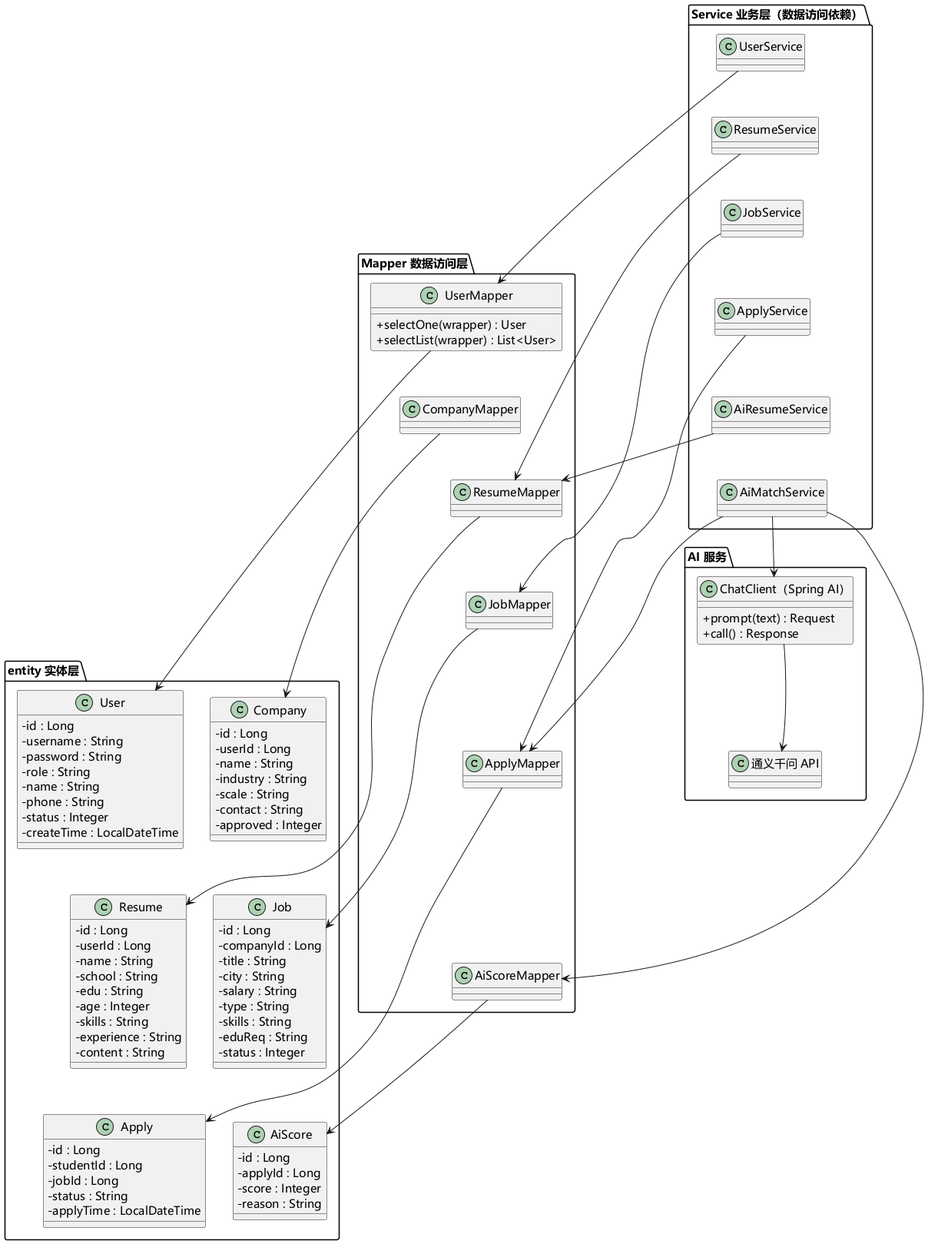
Before: uml/png/系统/数据访问层与实体层类图.png, a diagram exported from PlantUML (sheep7-bot/recruit-internship-system). Source of this version:
```plantuml
@startuml 数据访问层与实体层类图
skinparam defaultFontName "Microsoft YaHei"
skinparam classAttributeIconSize 0
skinparam defaultFontSize 15

package "Service 业务层（数据访问依赖）" {
  class UserService
  class ResumeService
  class JobService
  class ApplyService
  class AiResumeService
  class AiMatchService
  UserService -[hidden]d- ResumeService
  ResumeService -[hidden]d- JobService
  JobService -[hidden]d- ApplyService
  ApplyService -[hidden]d- AiResumeService
  AiResumeService -[hidden]d- AiMatchService
}

package "Mapper 数据访问层" {
  class UserMapper {
    +selectOne(wrapper) : User
    +selectList(wrapper) : List<User>
  }
  class CompanyMapper
  class ResumeMapper
  class JobMapper
  class ApplyMapper
  class AiScoreMapper
  UserMapper -[hidden]d- CompanyMapper
  CompanyMapper -[hidden]d- ResumeMapper
  ResumeMapper -[hidden]d- JobMapper
  JobMapper -[hidden]d- ApplyMapper
  ApplyMapper -[hidden]d- AiScoreMapper
}

package "entity 实体层" {
  class User {
    -id : Long
    -username : String
    -password : String
    -role : String
    -name : String
    -phone : String
    -status : Integer
    -createTime : LocalDateTime
  }
  class Company {
    -id : Long
    -userId : Long
    -name : String
    -industry : String
    -scale : String
    -contact : String
    -approved : Integer
  }
  class Resume {
    -id : Long
    -userId : Long
    -name : String
    -school : String
    -edu : String
    -age : Integer
    -skills : String
    -experience : String
    -content : String
  }
  class Job {
    -id : Long
    -companyId : Long
    -title : String
    -city : String
    -salary : String
    -type : String
    -skills : String
    -eduReq : String
    -status : Integer
  }
  class Apply {
    -id : Long
    -studentId : Long
    -jobId : Long
    -status : String
    -applyTime : LocalDateTime
  }
  class AiScore {
    -id : Long
    -applyId : Long
    -score : Integer
    -reason : String
  }
  User -[hidden]r- Company
  Company -[hidden]d- Resume
  Resume -[hidden]r- Job
  Job -[hidden]d- Apply
  Apply -[hidden]r- AiScore
}

package "AI 服务" {
  class "ChatClient（Spring AI）" as ChatClient {
    +prompt(text) : Request
    +call() : Response
  }
  class "通义千问 API" as Qwen
  ChatClient -[hidden]d- Qwen
}

UserService --> UserMapper
ResumeService --> ResumeMapper
JobService --> JobMapper
ApplyService --> ApplyMapper
AiResumeService --> ResumeMapper
AiMatchService --> ApplyMapper
AiMatchService --> AiScoreMapper

UserMapper --> User
CompanyMapper --> Company
ResumeMapper --> Resume
JobMapper --> Job
ApplyMapper --> Apply
AiScoreMapper --> AiScore

AiMatchService --> ChatClient
ChatClient --> Qwen
@enduml
```
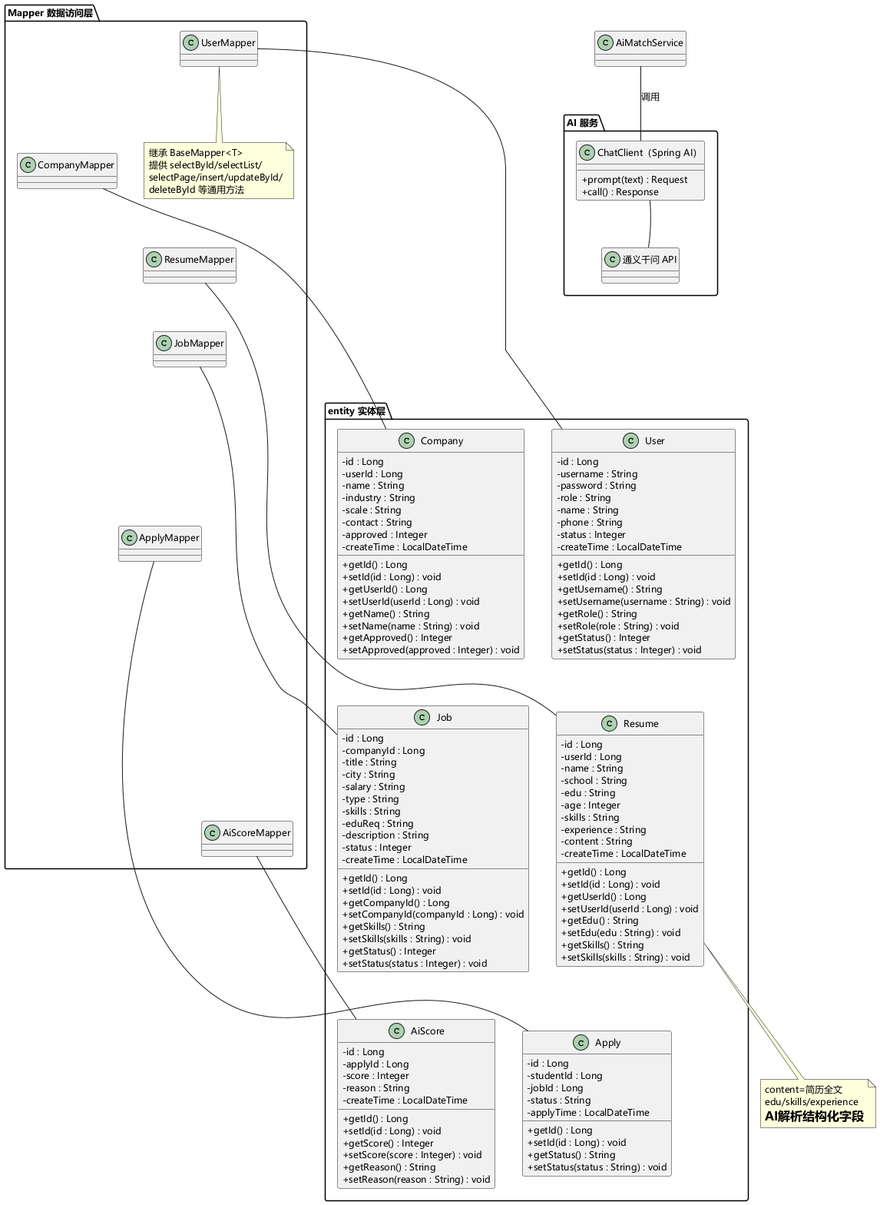
After the change.

The edit, as a diff of the source:
```diff
@@ -1,27 +1,10 @@
 @startuml 数据访问层与实体层类图
 skinparam defaultFontName "Microsoft YaHei"
 skinparam classAttributeIconSize 0
-skinparam defaultFontSize 15
-
-package "Service 业务层（数据访问依赖）" {
-  class UserService
-  class ResumeService
-  class JobService
-  class ApplyService
-  class AiResumeService
-  class AiMatchService
-  UserService -[hidden]d- ResumeService
-  ResumeService -[hidden]d- JobService
-  JobService -[hidden]d- ApplyService
-  ApplyService -[hidden]d- AiResumeService
-  AiResumeService -[hidden]d- AiMatchService
-}
+skinparam defaultFontSize 12
 
 package "Mapper 数据访问层" {
-  class UserMapper {
-    +selectOne(wrapper) : User
-    +selectList(wrapper) : List<User>
-  }
+  class UserMapper
   class CompanyMapper
   class ResumeMapper
   class JobMapper
@@ -32,6 +15,12 @@
   ResumeMapper -[hidden]d- JobMapper
   JobMapper -[hidden]d- ApplyMapper
   ApplyMapper -[hidden]d- AiScoreMapper
+  note bottom of UserMapper
+    继承 BaseMapper<T>
+    提供 selectById/selectList/
+    selectPage/insert/updateById/
+    deleteById 等通用方法
+  end note
 }
 
 package "entity 实体层" {
@@ -44,6 +33,14 @@
     -phone : String
     -status : Integer
     -createTime : LocalDateTime
+    +getId() : Long
+    +setId(id : Long) : void
+    +getUsername() : String
+    +setUsername(username : String) : void
+    +getRole() : String
+    +setRole(role : String) : void
+    +getStatus() : Integer
+    +setStatus(status : Integer) : void
   }
   class Company {
     -id : Long
@@ -53,6 +50,15 @@
     -scale : String
     -contact : String
     -approved : Integer
+    -createTime : LocalDateTime
+    +getId() : Long
+    +setId(id : Long) : void
+    +getUserId() : Long
+    +setUserId(userId : Long) : void
+    +getName() : String
+    +setName(name : String) : void
+    +getApproved() : Integer
+    +setApproved(approved : Integer) : void
   }
   class Resume {
     -id : Long
@@ -64,6 +70,15 @@
     -skills : String
     -experience : String
     -content : String
+    -createTime : LocalDateTime
+    +getId() : Long
+    +setId(id : Long) : void
+    +getUserId() : Long
+    +setUserId(userId : Long) : void
+    +getEdu() : String
+    +setEdu(edu : String) : void
+    +getSkills() : String
+    +setSkills(skills : String) : void
   }
   class Job {
     -id : Long
@@ -74,7 +89,17 @@
     -type : String
     -skills : String
     -eduReq : String
+    -description : String
     -status : Integer
+    -createTime : LocalDateTime
+    +getId() : Long
+    +setId(id : Long) : void
+    +getCompanyId() : Long
+    +setCompanyId(companyId : Long) : void
+    +getSkills() : String
+    +setSkills(skills : String) : void
+    +getStatus() : Integer
+    +setStatus(status : Integer) : void
   }
   class Apply {
     -id : Long
@@ -82,12 +107,23 @@
     -jobId : Long
     -status : String
     -applyTime : LocalDateTime
+    +getId() : Long
+    +setId(id : Long) : void
+    +getStatus() : String
+    +setStatus(status : String) : void
   }
   class AiScore {
     -id : Long
     -applyId : Long
     -score : Integer
     -reason : String
+    -createTime : LocalDateTime
+    +getId() : Long
+    +setId(id : Long) : void
+    +getScore() : Integer
+    +setScore(score : Integer) : void
+    +getReason() : String
+    +setReason(reason : String) : void
   }
   User -[hidden]r- Company
   Company -[hidden]d- Resume
@@ -105,21 +141,19 @@
   ChatClient -[hidden]d- Qwen
 }
 
-UserService --> UserMapper
-ResumeService --> ResumeMapper
-JobService --> JobMapper
-ApplyService --> ApplyMapper
-AiResumeService --> ResumeMapper
-AiMatchService --> ApplyMapper
-AiMatchService --> AiScoreMapper
+UserMapper -- User
+CompanyMapper -- Company
+ResumeMapper -- Resume
+JobMapper -- Job
+ApplyMapper -- Apply
+AiScoreMapper -- AiScore
 
-UserMapper --> User
-CompanyMapper --> Company
-ResumeMapper --> Resume
-JobMapper --> Job
-ApplyMapper --> Apply
-AiScoreMapper --> AiScore
+AiMatchService -- ChatClient : 调用
+ChatClient -- Qwen
 
-AiMatchService --> ChatClient
-ChatClient --> Qwen
+note bottom of Resume
+  content=简历全文
+  edu/skills/experience
+  =AI解析结构化字段
+end note
 @enduml
```
